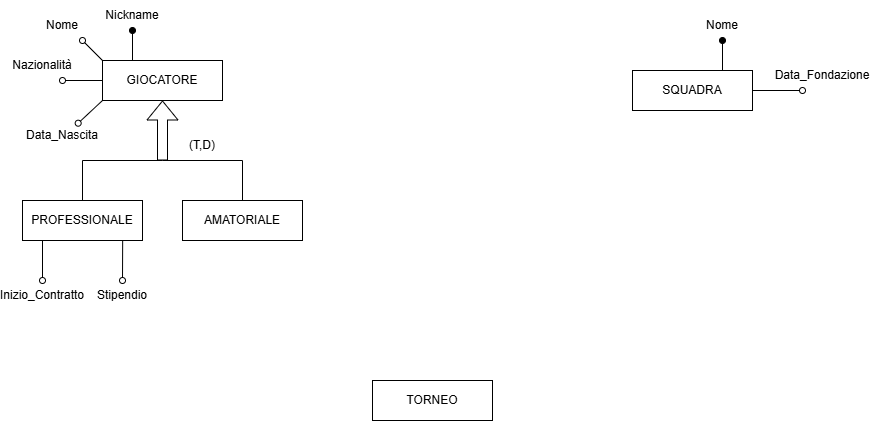
Ahwrs/ProgettoBasi keeps this draw.io diagram as Schema ER.png. Above is the earlier version. Source tidied: cells renumbered, new cells last; positions are measured from the earlier drawing's top-left corner, leaving out a move shared by most shapes.
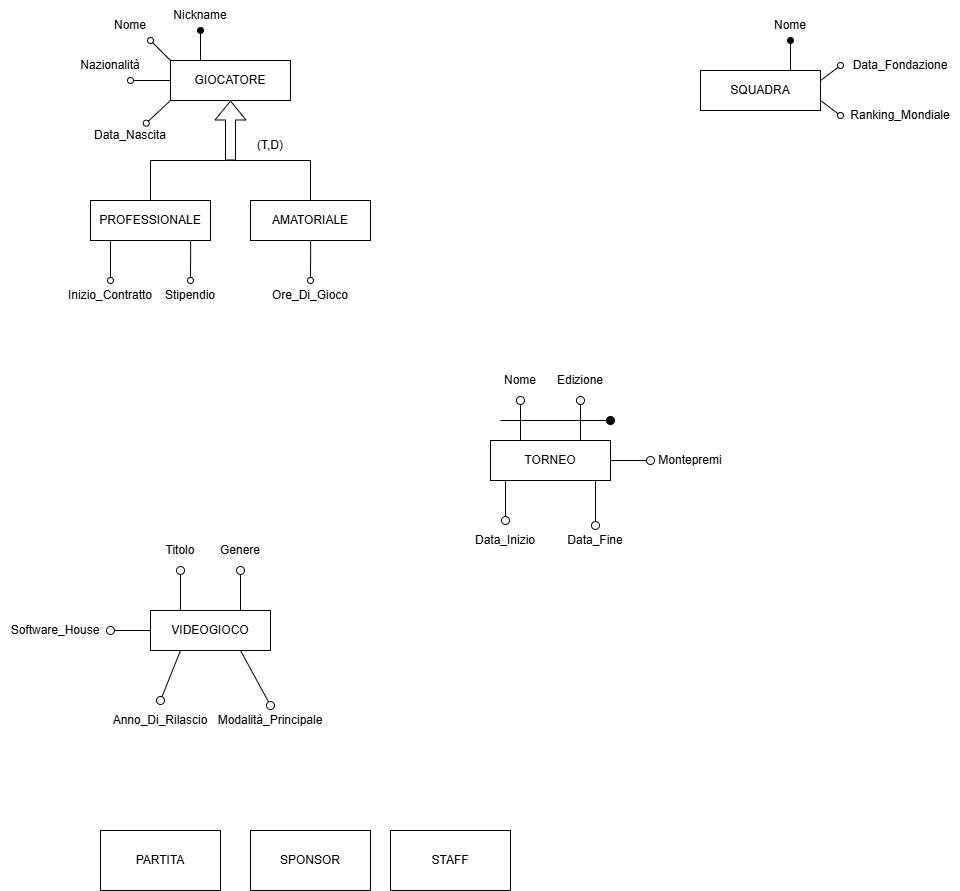
After the change.

What changed in the source:
```diff
@@ -5,9 +5,9 @@
     <mxCell id="2" style="rounded=0;jettySize=auto;html=1;exitX=0.25;exitY=0;exitDx=0;exitDy=0;endArrow=oval;endFill=1;entryX=0.5;entryY=1;entryDx=0;entryDy=0;" parent="1" edge="1" source="6" target="7">
       <mxGeometry relative="1" as="geometry" />
     </mxCell>
-    <mxCell id="3" style="rounded=0;jettySize=auto;html=1;exitX=0;exitY=0;exitDx=0;exitDy=0;endArrow=oval;endFill=0;entryX=1;entryY=1;entryDx=0;entryDy=0;" parent="1" edge="1" source="6" target="10">
-      <mxGeometry relative="1" as="geometry" />
-    </mxCell>
+    <mxCell id="27" style="rounded=0;jettySize=auto;html=1;exitX=0;exitY=0;exitDx=0;exitDy=0;endArrow=oval;endFill=0;entryX=1;entryY=1;entryDx=0;entryDy=0;" parent="1" edge="1" source="6" target="28">
+      <mxGeometry relative="1" as="geometry" />
+    </mxCell>
     <mxCell id="4" style="rounded=0;jettySize=auto;html=1;exitX=0;exitY=0.5;exitDx=0;exitDy=0;endArrow=oval;endFill=0;entryX=1;entryY=1;entryDx=0;entryDy=0;" parent="1" edge="1" source="6" target="9">
       <mxGeometry relative="1" as="geometry" />
     </mxCell>
@@ -26,62 +26,60 @@
     <mxCell id="9" value="Nazionalità" style="text;html=1;whiteSpace=wrap;strokeColor=none;fillColor=none;align=center;verticalAlign=middle;rounded=0;" parent="1" vertex="1">
       <mxGeometry y="50" width="40" height="30" as="geometry" />
     </mxCell>
-    <mxCell id="10" value="Nome" style="text;html=1;whiteSpace=wrap;strokeColor=none;fillColor=none;align=center;verticalAlign=middle;rounded=0;" parent="1" vertex="1">
-      <mxGeometry x="20" y="10" width="40" height="30" as="geometry" />
-    </mxCell>
-    <mxCell id="11" style="rounded=0;jettySize=auto;html=1;exitX=0.25;exitY=0;exitDx=0;exitDy=0;endArrow=oval;endFill=1;entryX=0.5;entryY=1;entryDx=0;entryDy=0;" parent="1" edge="1" target="14">
-      <mxGeometry relative="1" as="geometry">
-        <mxPoint x="700" y="70" as="sourcePoint" />
-      </mxGeometry>
-    </mxCell>
-    <mxCell id="12" style="rounded=0;jettySize=auto;html=1;exitX=0;exitY=1;exitDx=0;exitDy=0;endArrow=oval;endFill=0;entryX=0;entryY=1;entryDx=0;entryDy=0;" parent="1" edge="1" target="15">
-      <mxGeometry relative="1" as="geometry">
-        <mxPoint x="730" y="90" as="sourcePoint" />
-      </mxGeometry>
-    </mxCell>
+    <mxCell id="28" value="Nome" style="text;html=1;whiteSpace=wrap;strokeColor=none;fillColor=none;align=center;verticalAlign=middle;rounded=0;" parent="1" vertex="1">
+      <mxGeometry x="20" y="10" width="40" height="30" as="geometry" />
+    </mxCell>
+    <mxCell id="29" style="rounded=0;jettySize=auto;html=1;exitX=0.25;exitY=0;exitDx=0;exitDy=0;endArrow=oval;endFill=1;entryX=0.5;entryY=1;entryDx=0;entryDy=0;" parent="1" edge="1" target="31">
+      <mxGeometry relative="1" as="geometry">
+        <mxPoint x="700" y="70" as="sourcePoint" />
+      </mxGeometry>
+    </mxCell>
+    <mxCell id="30" style="rounded=0;jettySize=auto;html=1;exitX=1;exitY=0.25;exitDx=0;exitDy=0;endArrow=oval;endFill=0;entryX=0;entryY=0.5;entryDx=0;entryDy=0;" parent="1" edge="1" source="13" target="15">
+      <mxGeometry relative="1" as="geometry" />
+    </mxCell>
     <mxCell id="13" value="SQUADRA" style="rounded=0;whiteSpace=wrap;html=1;" parent="1" vertex="1">
       <mxGeometry x="610" y="70" width="120" height="40" as="geometry" />
     </mxCell>
-    <mxCell id="14" value="Nome" style="text;html=1;whiteSpace=wrap;strokeColor=none;fillColor=none;align=center;verticalAlign=middle;rounded=0;" parent="1" vertex="1">
-      <mxGeometry x="680" y="10" width="40" height="30" as="geometry" />
-    </mxCell>
+    <mxCell id="31" value="Nome" style="text;html=1;whiteSpace=wrap;strokeColor=none;fillColor=none;align=center;verticalAlign=middle;rounded=0;" parent="1" vertex="1">
+      <mxGeometry x="680" y="10" width="40" height="30" as="geometry" />
+    </mxCell>
     <mxCell id="15" value="Data_Fondazione" style="text;html=1;whiteSpace=wrap;strokeColor=none;fillColor=none;align=center;verticalAlign=middle;rounded=0;" parent="1" vertex="1">
-      <mxGeometry x="780" y="60" width="40" height="30" as="geometry" />
+      <mxGeometry x="750" y="50" width="120" height="30" as="geometry" />
     </mxCell>
-    <mxCell id="16" style="shape=flexArrow;endArrow=classic;html=1;rounded=0;entryX=0.5;entryY=1;entryDx=0;entryDy=0;" parent="1" edge="1" target="6">
-      <mxGeometry relative="1" as="geometry">
-        <mxPoint x="140" y="160" as="sourcePoint" />
-      </mxGeometry>
-    </mxCell>
-    <mxCell id="17" style="edgeStyle=orthogonalEdgeStyle;rounded=0;jettySize=auto;html=1;exitX=0.5;exitY=0;exitDx=0;exitDy=0;endArrow=none;endFill=0;" parent="1" edge="1" source="20">
-      <mxGeometry relative="1" as="geometry">
-        <mxPoint x="140" y="160" as="targetPoint" />
-        <Array as="points">
-          <mxPoint x="60" y="160" />
-        </Array>
-      </mxGeometry>
-    </mxCell>
-    <mxCell id="18" style="rounded=0;jettySize=auto;html=1;exitX=0.25;exitY=1;exitDx=0;exitDy=0;entryX=0.5;entryY=0;entryDx=0;entryDy=0;endArrow=oval;endFill=0;" parent="1" edge="1" target="23">
-      <mxGeometry relative="1" as="geometry">
-        <mxPoint x="20" y="240" as="sourcePoint" />
-      </mxGeometry>
-    </mxCell>
-    <mxCell id="19" style="rounded=0;jettySize=auto;html=1;exitX=0.75;exitY=1;exitDx=0;exitDy=0;entryX=0.5;entryY=0;entryDx=0;entryDy=0;endArrow=oval;endFill=0;" parent="1" edge="1" target="24">
-      <mxGeometry relative="1" as="geometry">
-        <mxPoint x="100.2" y="240" as="sourcePoint" />
-      </mxGeometry>
-    </mxCell>
+    <mxCell id="32" style="shape=flexArrow;endArrow=classic;html=1;rounded=0;entryX=0.5;entryY=1;entryDx=0;entryDy=0;" parent="1" edge="1" target="6">
+      <mxGeometry relative="1" as="geometry">
+        <mxPoint x="140" y="160" as="sourcePoint" />
+      </mxGeometry>
+    </mxCell>
+    <mxCell id="33" style="edgeStyle=orthogonalEdgeStyle;rounded=0;jettySize=auto;html=1;exitX=0.5;exitY=0;exitDx=0;exitDy=0;endArrow=none;endFill=0;" parent="1" edge="1" source="20">
+      <mxGeometry relative="1" as="geometry">
+        <mxPoint x="140" y="160" as="targetPoint" />
+        <Array as="points">
+          <mxPoint x="60" y="160" />
+        </Array>
+      </mxGeometry>
+    </mxCell>
+    <mxCell id="34" style="rounded=0;jettySize=auto;html=1;exitX=0.25;exitY=1;exitDx=0;exitDy=0;entryX=0.5;entryY=0;entryDx=0;entryDy=0;endArrow=oval;endFill=0;" parent="1" edge="1" target="23">
+      <mxGeometry relative="1" as="geometry">
+        <mxPoint x="20" y="240" as="sourcePoint" />
+      </mxGeometry>
+    </mxCell>
+    <mxCell id="35" style="rounded=0;jettySize=auto;html=1;exitX=0.75;exitY=1;exitDx=0;exitDy=0;entryX=0.5;entryY=0;entryDx=0;entryDy=0;endArrow=oval;endFill=0;" parent="1" edge="1" target="24">
+      <mxGeometry relative="1" as="geometry">
+        <mxPoint x="100.2" y="240" as="sourcePoint" />
+      </mxGeometry>
+    </mxCell>
     <mxCell id="20" value="PROFESSIONALE" style="rounded=0;whiteSpace=wrap;html=1;" parent="1" vertex="1">
       <mxGeometry y="200" width="120" height="40" as="geometry" />
     </mxCell>
-    <mxCell id="21" style="edgeStyle=orthogonalEdgeStyle;rounded=0;jettySize=auto;html=1;exitX=0.5;exitY=0;exitDx=0;exitDy=0;endArrow=none;endFill=0;" parent="1" edge="1" source="22">
-      <mxGeometry relative="1" as="geometry">
-        <mxPoint x="140" y="160" as="targetPoint" />
-        <Array as="points">
-          <mxPoint x="220" y="160" />
-        </Array>
-      </mxGeometry>
-    </mxCell>
+    <mxCell id="36" style="edgeStyle=orthogonalEdgeStyle;rounded=0;jettySize=auto;html=1;exitX=0.5;exitY=0;exitDx=0;exitDy=0;endArrow=none;endFill=0;" parent="1" edge="1" source="22">
+      <mxGeometry relative="1" as="geometry">
+        <mxPoint x="140" y="160" as="targetPoint" />
+        <Array as="points">
+          <mxPoint x="220" y="160" />
+        </Array>
+      </mxGeometry>
+    </mxCell>
     <mxCell id="22" value="AMATORIALE" style="rounded=0;whiteSpace=wrap;html=1;" parent="1" vertex="1">
       <mxGeometry x="160" y="200" width="120" height="40" as="geometry" />
     </mxCell>
@@ -94,8 +92,104 @@
     <mxCell id="25" value="(T,D)" style="text;html=1;whiteSpace=wrap;strokeColor=none;fillColor=none;align=center;verticalAlign=middle;rounded=0;" parent="1" vertex="1">
       <mxGeometry x="150" y="130" width="60" height="30" as="geometry" />
     </mxCell>
+    <mxCell id="37" style="edgeStyle=none;curved=1;rounded=0;jettySize=auto;html=1;exitX=0.25;exitY=0;exitDx=0;exitDy=0;fontSize=12;startSize=8;endSize=8;endArrow=oval;endFill=0;entryX=0.5;entryY=1;entryDx=0;entryDy=0;" parent="1" edge="1" source="26" target="46">
+      <mxGeometry relative="1" as="geometry" />
+    </mxCell>
+    <mxCell id="38" style="edgeStyle=none;curved=1;rounded=0;jettySize=auto;html=1;exitX=0.75;exitY=0;exitDx=0;exitDy=0;fontSize=12;startSize=8;endSize=8;endArrow=oval;endFill=0;entryX=0.5;entryY=1;entryDx=0;entryDy=0;" parent="1" edge="1" source="26" target="47">
+      <mxGeometry relative="1" as="geometry" />
+    </mxCell>
+    <mxCell id="39" style="edgeStyle=none;curved=1;rounded=0;jettySize=auto;html=1;exitX=0.25;exitY=1;exitDx=0;exitDy=0;fontSize=12;startSize=8;endSize=8;endArrow=oval;endFill=0;entryX=0.5;entryY=0;entryDx=0;entryDy=0;" parent="1" edge="1" target="49">
+      <mxGeometry relative="1" as="geometry">
+        <mxPoint x="415" y="480" as="sourcePoint" />
+      </mxGeometry>
+    </mxCell>
+    <mxCell id="40" style="edgeStyle=none;curved=1;rounded=0;jettySize=auto;html=1;exitX=0.75;exitY=1;exitDx=0;exitDy=0;fontSize=12;startSize=8;endSize=8;endArrow=oval;endFill=0;entryX=0.5;entryY=0;entryDx=0;entryDy=0;" parent="1" edge="1" target="48">
+      <mxGeometry relative="1" as="geometry">
+        <mxPoint x="505" y="480" as="sourcePoint" />
+      </mxGeometry>
+    </mxCell>
+    <mxCell id="41" style="edgeStyle=none;curved=1;rounded=0;jettySize=auto;html=1;exitX=1;exitY=0.5;exitDx=0;exitDy=0;fontSize=12;startSize=8;endSize=8;endArrow=oval;endFill=0;entryX=0;entryY=0.5;entryDx=0;entryDy=0;" parent="1" edge="1" source="26" target="50">
+      <mxGeometry relative="1" as="geometry" />
+    </mxCell>
     <mxCell id="26" value="TORNEO" style="rounded=0;whiteSpace=wrap;html=1;" parent="1" vertex="1">
-      <mxGeometry x="350" y="380" width="120" height="40" as="geometry" />
+      <mxGeometry x="400" y="440" width="120" height="40" as="geometry" />
     </mxCell>
+    <mxCell id="42" style="rounded=0;jettySize=auto;html=1;endArrow=oval;endFill=0;exitX=1;exitY=0.75;exitDx=0;exitDy=0;entryX=0;entryY=0.5;entryDx=0;entryDy=0;" parent="1" edge="1" source="13" target="43">
+      <mxGeometry relative="1" as="geometry" />
+    </mxCell>
+    <mxCell id="43" value="Ranking_Mondiale" style="text;html=1;whiteSpace=wrap;strokeColor=none;fillColor=none;align=center;verticalAlign=middle;rounded=0;" parent="1" vertex="1">
+      <mxGeometry x="750" y="100" width="120" height="30" as="geometry" />
+    </mxCell>
+    <mxCell id="44" style="rounded=0;jettySize=auto;html=1;exitX=0.75;exitY=1;exitDx=0;exitDy=0;entryX=0.5;entryY=0;entryDx=0;entryDy=0;endArrow=oval;endFill=0;" parent="1" edge="1" target="45">
+      <mxGeometry relative="1" as="geometry">
+        <mxPoint x="220.2" y="240" as="sourcePoint" />
+      </mxGeometry>
+    </mxCell>
+    <mxCell id="45" value="Ore_Di_Gioco" style="text;html=1;whiteSpace=wrap;strokeColor=none;fillColor=none;align=center;verticalAlign=middle;rounded=0;" parent="1" vertex="1">
+      <mxGeometry x="200" y="280" width="40" height="30" as="geometry" />
+    </mxCell>
+    <mxCell id="46" value="Nome" style="text;html=1;whiteSpace=wrap;strokeColor=none;fillColor=none;align=center;verticalAlign=middle;rounded=0;" parent="1" vertex="1">
+      <mxGeometry x="400" y="360" width="60" height="40" as="geometry" />
+    </mxCell>
+    <mxCell id="47" value="Edizione" style="text;html=1;whiteSpace=wrap;strokeColor=none;fillColor=none;align=center;verticalAlign=middle;rounded=0;" parent="1" vertex="1">
+      <mxGeometry x="460" y="360" width="60" height="40" as="geometry" />
+    </mxCell>
+    <mxCell id="48" value="Data_Fine" style="text;html=1;whiteSpace=wrap;strokeColor=none;fillColor=none;align=center;verticalAlign=middle;rounded=0;" parent="1" vertex="1">
+      <mxGeometry x="475" y="525" width="60" height="30" as="geometry" />
+    </mxCell>
+    <mxCell id="49" value="Data_Inizio" style="text;html=1;whiteSpace=wrap;strokeColor=none;fillColor=none;align=center;verticalAlign=middle;rounded=0;" parent="1" vertex="1">
+      <mxGeometry x="380" y="520" width="70" height="40" as="geometry" />
+    </mxCell>
+    <mxCell id="50" value="Montepremi" style="text;html=1;whiteSpace=wrap;strokeColor=none;fillColor=none;align=center;verticalAlign=middle;rounded=0;" parent="1" vertex="1">
+      <mxGeometry x="560" y="445" width="80" height="30" as="geometry" />
+    </mxCell>
+    <mxCell id="51" style="endArrow=oval;html=1;rounded=0;fontSize=12;startSize=8;endSize=8;curved=1;endFill=1;" parent="1" edge="1">
+      <mxGeometry relative="1" as="geometry">
+        <mxPoint x="410" y="420" as="sourcePoint" />
+        <mxPoint x="520" y="420" as="targetPoint" />
+      </mxGeometry>
+    </mxCell>
+    <mxCell id="52" style="edgeStyle=none;curved=1;rounded=0;jettySize=auto;html=1;exitX=0.25;exitY=0;exitDx=0;exitDy=0;fontSize=12;startSize=8;endSize=8;endArrow=oval;endFill=0;entryX=0.5;entryY=1;entryDx=0;entryDy=0;" parent="1" edge="1" source="57" target="59">
+      <mxGeometry relative="1" as="geometry" />
+    </mxCell>
+    <mxCell id="53" style="edgeStyle=none;curved=1;rounded=0;jettySize=auto;html=1;exitX=0.75;exitY=0;exitDx=0;exitDy=0;fontSize=12;startSize=8;endSize=8;endArrow=oval;endFill=0;entryX=0.5;entryY=1;entryDx=0;entryDy=0;" parent="1" edge="1" source="57" target="60">
+      <mxGeometry relative="1" as="geometry" />
+    </mxCell>
+    <mxCell id="54" style="edgeStyle=none;curved=1;rounded=0;jettySize=auto;html=1;exitX=0.25;exitY=1;exitDx=0;exitDy=0;fontSize=12;startSize=8;endSize=8;endArrow=oval;endFill=0;entryX=0.5;entryY=0;entryDx=0;entryDy=0;" parent="1" edge="1" source="57" target="61">
+      <mxGeometry relative="1" as="geometry" />
+    </mxCell>
+    <mxCell id="55" style="edgeStyle=none;curved=1;rounded=0;jettySize=auto;html=1;exitX=0.75;exitY=1;exitDx=0;exitDy=0;fontSize=12;startSize=8;endSize=8;endArrow=oval;endFill=0;entryX=0.5;entryY=0;entryDx=0;entryDy=0;" parent="1" edge="1" source="57" target="62">
+      <mxGeometry relative="1" as="geometry" />
+    </mxCell>
+    <mxCell id="56" style="edgeStyle=none;curved=1;rounded=0;jettySize=auto;html=1;exitX=0;exitY=0.5;exitDx=0;exitDy=0;fontSize=12;startSize=8;endSize=8;endArrow=oval;endFill=0;entryX=1;entryY=0.5;entryDx=0;entryDy=0;" parent="1" edge="1" source="57" target="58">
+      <mxGeometry relative="1" as="geometry" />
+    </mxCell>
+    <mxCell id="57" value="VIDEOGIOCO" style="rounded=0;whiteSpace=wrap;html=1;" parent="1" vertex="1">
+      <mxGeometry x="60" y="610" width="120" height="40" as="geometry" />
+    </mxCell>
+    <mxCell id="58" value="Software_House" style="text;html=1;whiteSpace=wrap;strokeColor=none;fillColor=none;align=center;verticalAlign=middle;rounded=0;" parent="1" vertex="1">
+      <mxGeometry x="-90" y="615" width="110" height="30" as="geometry" />
+    </mxCell>
+    <mxCell id="59" value="Titolo" style="text;html=1;whiteSpace=wrap;strokeColor=none;fillColor=none;align=center;verticalAlign=middle;rounded=0;" parent="1" vertex="1">
+      <mxGeometry x="60" y="530" width="60" height="40" as="geometry" />
+    </mxCell>
+    <mxCell id="60" value="Genere" style="text;html=1;whiteSpace=wrap;strokeColor=none;fillColor=none;align=center;verticalAlign=middle;rounded=0;" parent="1" vertex="1">
+      <mxGeometry x="120" y="530" width="60" height="40" as="geometry" />
+    </mxCell>
+    <mxCell id="61" value="Anno_Di_Rilascio" style="text;html=1;whiteSpace=wrap;strokeColor=none;fillColor=none;align=center;verticalAlign=middle;rounded=0;" parent="1" vertex="1">
+      <mxGeometry x="40" y="700" width="60" height="40" as="geometry" />
+    </mxCell>
+    <mxCell id="62" value="Modalità_Principale" style="text;html=1;whiteSpace=wrap;strokeColor=none;fillColor=none;align=center;verticalAlign=middle;rounded=0;" parent="1" vertex="1">
+      <mxGeometry x="150" y="705" width="60" height="30" as="geometry" />
+    </mxCell>
+    <mxCell id="63" value="STAFF" style="rounded=0;whiteSpace=wrap;html=1;" parent="1" vertex="1">
+      <mxGeometry x="300" y="830" width="120" height="60" as="geometry" />
+    </mxCell>
+    <mxCell id="64" value="SPONSOR" style="rounded=0;whiteSpace=wrap;html=1;" parent="1" vertex="1">
+      <mxGeometry x="160" y="830" width="120" height="60" as="geometry" />
+    </mxCell>
+    <mxCell id="65" value="PARTITA" style="rounded=0;whiteSpace=wrap;html=1;" parent="1" vertex="1">
+      <mxGeometry x="10" y="830" width="120" height="60" as="geometry" />
+    </mxCell>
   </root>
 </mxGraphModel>
```
